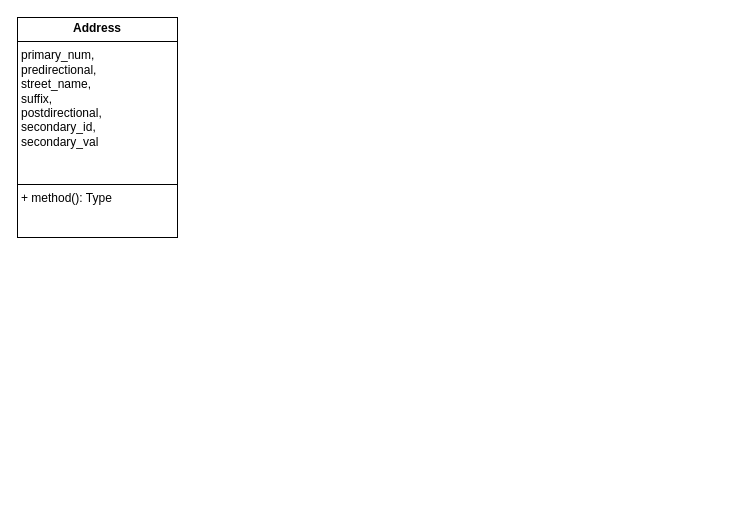
This is Yellow.drawio from dcavacec/route-case, a draw.io file, before an edit. Source tidied: cells renumbered, new cells numbered last; positions are measured from the earlier drawing's top-left corner, leaving out a move shared by most shapes. Both pictures are drawn from the tidied source at 100%, with x=0, y=0 at pixel (17, 17).
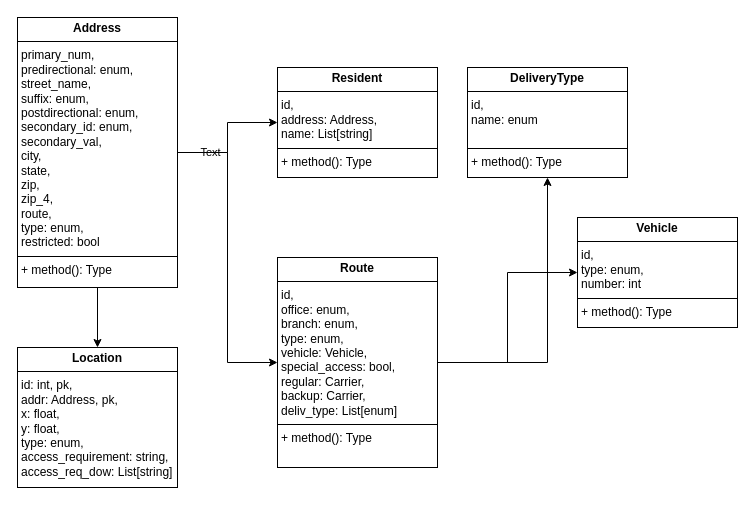
The same page after the edit.

The edit, as a diff of the source:
```diff
@@
 <mxGraphModel>
   <root>
     <mxCell id="0" />
     <mxCell id="1" parent="0" />
+    <mxCell id="3" style="edgeStyle=orthogonalEdgeStyle;rounded=0;jettySize=auto;html=1;" parent="1" edge="1" source="2" target="7">
+      <mxGeometry relative="1" as="geometry" />
+    </mxCell>
+    <mxCell id="4" value="Text" style="edgeLabel;html=1;align=center;verticalAlign=middle;" parent="3" vertex="1">
+      <mxGeometry x="-0.51" y="1" relative="1" as="geometry" />
+    </mxCell>
+    <mxCell id="5" style="edgeStyle=orthogonalEdgeStyle;rounded=0;jettySize=auto;html=1;" parent="1" edge="1" source="2" target="9">
+      <mxGeometry relative="1" as="geometry" />
+    </mxCell>
-    <mxCell id="2" value="&lt;p style=&quot;margin:0px;margin-top:4px;text-align:center;&quot;&gt;&lt;b&gt;Address&lt;/b&gt;&lt;/p&gt;&lt;hr size=&quot;1&quot; style=&quot;border-style:solid;&quot;&gt;&lt;p style=&quot;margin:0px;margin-left:4px;&quot;&gt;primary_num,&lt;/p&gt;&lt;p style=&quot;margin:0px;margin-left:4px;&quot;&gt;predirectional,&amp;nbsp;&lt;/p&gt;&lt;p style=&quot;margin:0px;margin-left:4px;&quot;&gt;street_name,&lt;/p&gt;&lt;p style=&quot;margin:0px;margin-left:4px;&quot;&gt;suffix,&lt;/p&gt;&lt;p style=&quot;margin:0px;margin-left:4px;&quot;&gt;postdirectional,&lt;/p&gt;&lt;p style=&quot;margin:0px;margin-left:4px;&quot;&gt;secondary_id,&lt;/p&gt;&lt;p style=&quot;margin:0px;margin-left:4px;&quot;&gt;secondary_val&lt;/p&gt;&lt;p style=&quot;margin:0px;margin-left:4px;&quot;&gt;&lt;br&gt;&lt;/p&gt;&lt;p style=&quot;margin:0px;margin-left:4px;&quot;&gt;&lt;br&gt;&lt;/p&gt;&lt;hr size=&quot;1&quot; style=&quot;border-style:solid;&quot;&gt;&lt;p style=&quot;margin:0px;margin-left:4px;&quot;&gt;+ method(): Type&lt;/p&gt;" style="verticalAlign=top;align=left;overflow=fill;html=1;whiteSpace=wrap;" parent="1" vertex="1">
-      <mxGeometry width="160" height="220" as="geometry" />
+    <mxCell id="2" value="&lt;p style=&quot;margin:0px;margin-top:4px;text-align:center;&quot;&gt;&lt;b&gt;Address&lt;/b&gt;&lt;/p&gt;&lt;hr size=&quot;1&quot; style=&quot;border-style:solid;&quot;&gt;&lt;p style=&quot;margin:0px;margin-left:4px;&quot;&gt;primary_num,&lt;/p&gt;&lt;p style=&quot;margin:0px;margin-left:4px;&quot;&gt;predirectional: enum,&amp;nbsp;&lt;/p&gt;&lt;p style=&quot;margin:0px;margin-left:4px;&quot;&gt;street_name,&lt;/p&gt;&lt;p style=&quot;margin:0px;margin-left:4px;&quot;&gt;suffix: enum,&lt;/p&gt;&lt;p style=&quot;margin:0px;margin-left:4px;&quot;&gt;postdirectional: enum,&lt;/p&gt;&lt;p style=&quot;margin:0px;margin-left:4px;&quot;&gt;secondary_id: enum,&lt;/p&gt;&lt;p style=&quot;margin:0px;margin-left:4px;&quot;&gt;secondary_val,&lt;/p&gt;&lt;p style=&quot;margin:0px;margin-left:4px;&quot;&gt;city,&lt;/p&gt;&lt;p style=&quot;margin:0px;margin-left:4px;&quot;&gt;state,&lt;/p&gt;&lt;p style=&quot;margin:0px;margin-left:4px;&quot;&gt;zip,&lt;/p&gt;&lt;p style=&quot;margin:0px;margin-left:4px;&quot;&gt;zip_4,&lt;/p&gt;&lt;p style=&quot;margin:0px;margin-left:4px;&quot;&gt;route,&lt;/p&gt;&lt;p style=&quot;margin:0px;margin-left:4px;&quot;&gt;type: enum,&lt;/p&gt;&lt;p style=&quot;margin:0px;margin-left:4px;&quot;&gt;restricted: bool&lt;/p&gt;&lt;hr size=&quot;1&quot; style=&quot;border-style:solid;&quot;&gt;&lt;p style=&quot;margin:0px;margin-left:4px;&quot;&gt;+ method(): Type&lt;/p&gt;" style="verticalAlign=top;align=left;overflow=fill;html=1;whiteSpace=wrap;" parent="1" vertex="1">
+      <mxGeometry width="160" height="270" as="geometry" />
     </mxCell>
+    <mxCell id="6" style="edgeStyle=orthogonalEdgeStyle;rounded=0;jettySize=auto;html=1;" parent="1" edge="1" source="2" target="12">
+      <mxGeometry relative="1" as="geometry" />
+    </mxCell>
+    <mxCell id="7" value="&lt;p style=&quot;margin:0px;margin-top:4px;text-align:center;&quot;&gt;&lt;b&gt;Resident&lt;/b&gt;&lt;/p&gt;&lt;hr size=&quot;1&quot; style=&quot;border-style:solid;&quot;&gt;&lt;p style=&quot;margin:0px;margin-left:4px;&quot;&gt;id,&lt;/p&gt;&lt;p style=&quot;margin:0px;margin-left:4px;&quot;&gt;address: Address,&lt;/p&gt;&lt;p style=&quot;margin:0px;margin-left:4px;&quot;&gt;name: List[string]&lt;/p&gt;&lt;hr size=&quot;1&quot; style=&quot;border-style:solid;&quot;&gt;&lt;p style=&quot;margin:0px;margin-left:4px;&quot;&gt;+ method(): Type&lt;/p&gt;" style="verticalAlign=top;align=left;overflow=fill;html=1;whiteSpace=wrap;" parent="1" vertex="1">
+      <mxGeometry x="260" y="50" width="160" height="110" as="geometry" />
+    </mxCell>
+    <mxCell id="8" style="edgeStyle=orthogonalEdgeStyle;rounded=0;orthogonalLoop=1;jettySize=auto;html=1;exitX=0.5;exitY=1;exitDx=0;exitDy=0;" parent="1" edge="1" source="7" target="7">
+      <mxGeometry relative="1" as="geometry" />
+    </mxCell>
+    <mxCell id="9" value="&lt;p style=&quot;margin:0px;margin-top:4px;text-align:center;&quot;&gt;&lt;b&gt;Location&lt;/b&gt;&lt;/p&gt;&lt;hr size=&quot;1&quot; style=&quot;border-style:solid;&quot;&gt;&lt;p style=&quot;margin:0px;margin-left:4px;&quot;&gt;&lt;span style=&quot;background-color: transparent; color: light-dark(rgb(0, 0, 0), rgb(255, 255, 255));&quot;&gt;id: int, pk,&lt;/span&gt;&lt;/p&gt;&lt;p style=&quot;margin:0px;margin-left:4px;&quot;&gt;&lt;span style=&quot;background-color: transparent; color: light-dark(rgb(0, 0, 0), rgb(255, 255, 255));&quot;&gt;addr: Address, pk,&amp;nbsp;&lt;/span&gt;&lt;/p&gt;&lt;p style=&quot;margin:0px;margin-left:4px;&quot;&gt;x: float,&lt;/p&gt;&lt;p style=&quot;margin:0px;margin-left:4px;&quot;&gt;y: float,&lt;/p&gt;&lt;p style=&quot;margin:0px;margin-left:4px;&quot;&gt;type: enum,&lt;/p&gt;&lt;p style=&quot;margin:0px;margin-left:4px;&quot;&gt;access_requirement: string,&lt;/p&gt;&lt;p style=&quot;margin:0px;margin-left:4px;&quot;&gt;access_req_dow: List[string]&lt;/p&gt;" style="verticalAlign=top;align=left;overflow=fill;html=1;whiteSpace=wrap;" parent="1" vertex="1">
+      <mxGeometry y="330" width="160" height="140" as="geometry" />
+    </mxCell>
+    <mxCell id="10" style="edgeStyle=orthogonalEdgeStyle;rounded=0;jettySize=auto;html=1;" parent="1" edge="1" source="12" target="13">
+      <mxGeometry relative="1" as="geometry" />
+    </mxCell>
+    <mxCell id="11" style="edgeStyle=orthogonalEdgeStyle;rounded=0;jettySize=auto;html=1;" parent="1" edge="1" source="12" target="14">
+      <mxGeometry relative="1" as="geometry" />
+    </mxCell>
+    <mxCell id="12" value="&lt;p style=&quot;margin:0px;margin-top:4px;text-align:center;&quot;&gt;&lt;b&gt;Route&lt;/b&gt;&lt;/p&gt;&lt;hr size=&quot;1&quot; style=&quot;border-style:solid;&quot;&gt;&lt;p style=&quot;margin:0px;margin-left:4px;&quot;&gt;id,&lt;/p&gt;&lt;p style=&quot;margin:0px;margin-left:4px;&quot;&gt;office: enum,&lt;/p&gt;&lt;p style=&quot;margin:0px;margin-left:4px;&quot;&gt;branch: enum,&lt;/p&gt;&lt;p style=&quot;margin:0px;margin-left:4px;&quot;&gt;type: enum,&lt;/p&gt;&lt;p style=&quot;margin:0px;margin-left:4px;&quot;&gt;vehicle: Vehicle,&lt;/p&gt;&lt;p style=&quot;margin:0px;margin-left:4px;&quot;&gt;special_access: bool,&lt;/p&gt;&lt;p style=&quot;margin:0px;margin-left:4px;&quot;&gt;regular: Carrier,&lt;/p&gt;&lt;p style=&quot;margin:0px;margin-left:4px;&quot;&gt;backup: Carrier,&lt;/p&gt;&lt;p style=&quot;margin:0px;margin-left:4px;&quot;&gt;deliv_type: List[enum]&lt;/p&gt;&lt;hr size=&quot;1&quot; style=&quot;border-style:solid;&quot;&gt;&lt;p style=&quot;margin:0px;margin-left:4px;&quot;&gt;+ method(): Type&lt;/p&gt;" style="verticalAlign=top;align=left;overflow=fill;html=1;whiteSpace=wrap;" parent="1" vertex="1">
+      <mxGeometry x="260" y="240" width="160" height="210" as="geometry" />
+    </mxCell>
+    <mxCell id="13" value="&lt;p style=&quot;margin:0px;margin-top:4px;text-align:center;&quot;&gt;&lt;b&gt;DeliveryType&lt;/b&gt;&lt;/p&gt;&lt;hr size=&quot;1&quot; style=&quot;border-style:solid;&quot;&gt;&lt;p style=&quot;margin:0px;margin-left:4px;&quot;&gt;id,&lt;/p&gt;&lt;p style=&quot;margin:0px;margin-left:4px;&quot;&gt;name: enum&lt;/p&gt;&lt;p style=&quot;margin:0px;margin-left:4px;&quot;&gt;&lt;br&gt;&lt;/p&gt;&lt;hr size=&quot;1&quot; style=&quot;border-style:solid;&quot;&gt;&lt;p style=&quot;margin:0px;margin-left:4px;&quot;&gt;+ method(): Type&lt;/p&gt;" style="verticalAlign=top;align=left;overflow=fill;html=1;whiteSpace=wrap;" parent="1" vertex="1">
+      <mxGeometry x="450" y="50" width="160" height="110" as="geometry" />
+    </mxCell>
+    <mxCell id="14" value="&lt;p style=&quot;margin:0px;margin-top:4px;text-align:center;&quot;&gt;&lt;b&gt;Vehicle&lt;/b&gt;&lt;/p&gt;&lt;hr size=&quot;1&quot; style=&quot;border-style:solid;&quot;&gt;&lt;p style=&quot;margin:0px;margin-left:4px;&quot;&gt;id,&lt;/p&gt;&lt;p style=&quot;margin:0px;margin-left:4px;&quot;&gt;type: enum,&lt;/p&gt;&lt;p style=&quot;margin:0px;margin-left:4px;&quot;&gt;number: int&lt;/p&gt;&lt;hr size=&quot;1&quot; style=&quot;border-style:solid;&quot;&gt;&lt;p style=&quot;margin:0px;margin-left:4px;&quot;&gt;+ method(): Type&lt;/p&gt;" style="verticalAlign=top;align=left;overflow=fill;html=1;whiteSpace=wrap;" parent="1" vertex="1">
+      <mxGeometry x="560" y="200" width="160" height="110" as="geometry" />
+    </mxCell>
   </root>
 </mxGraphModel>
```
